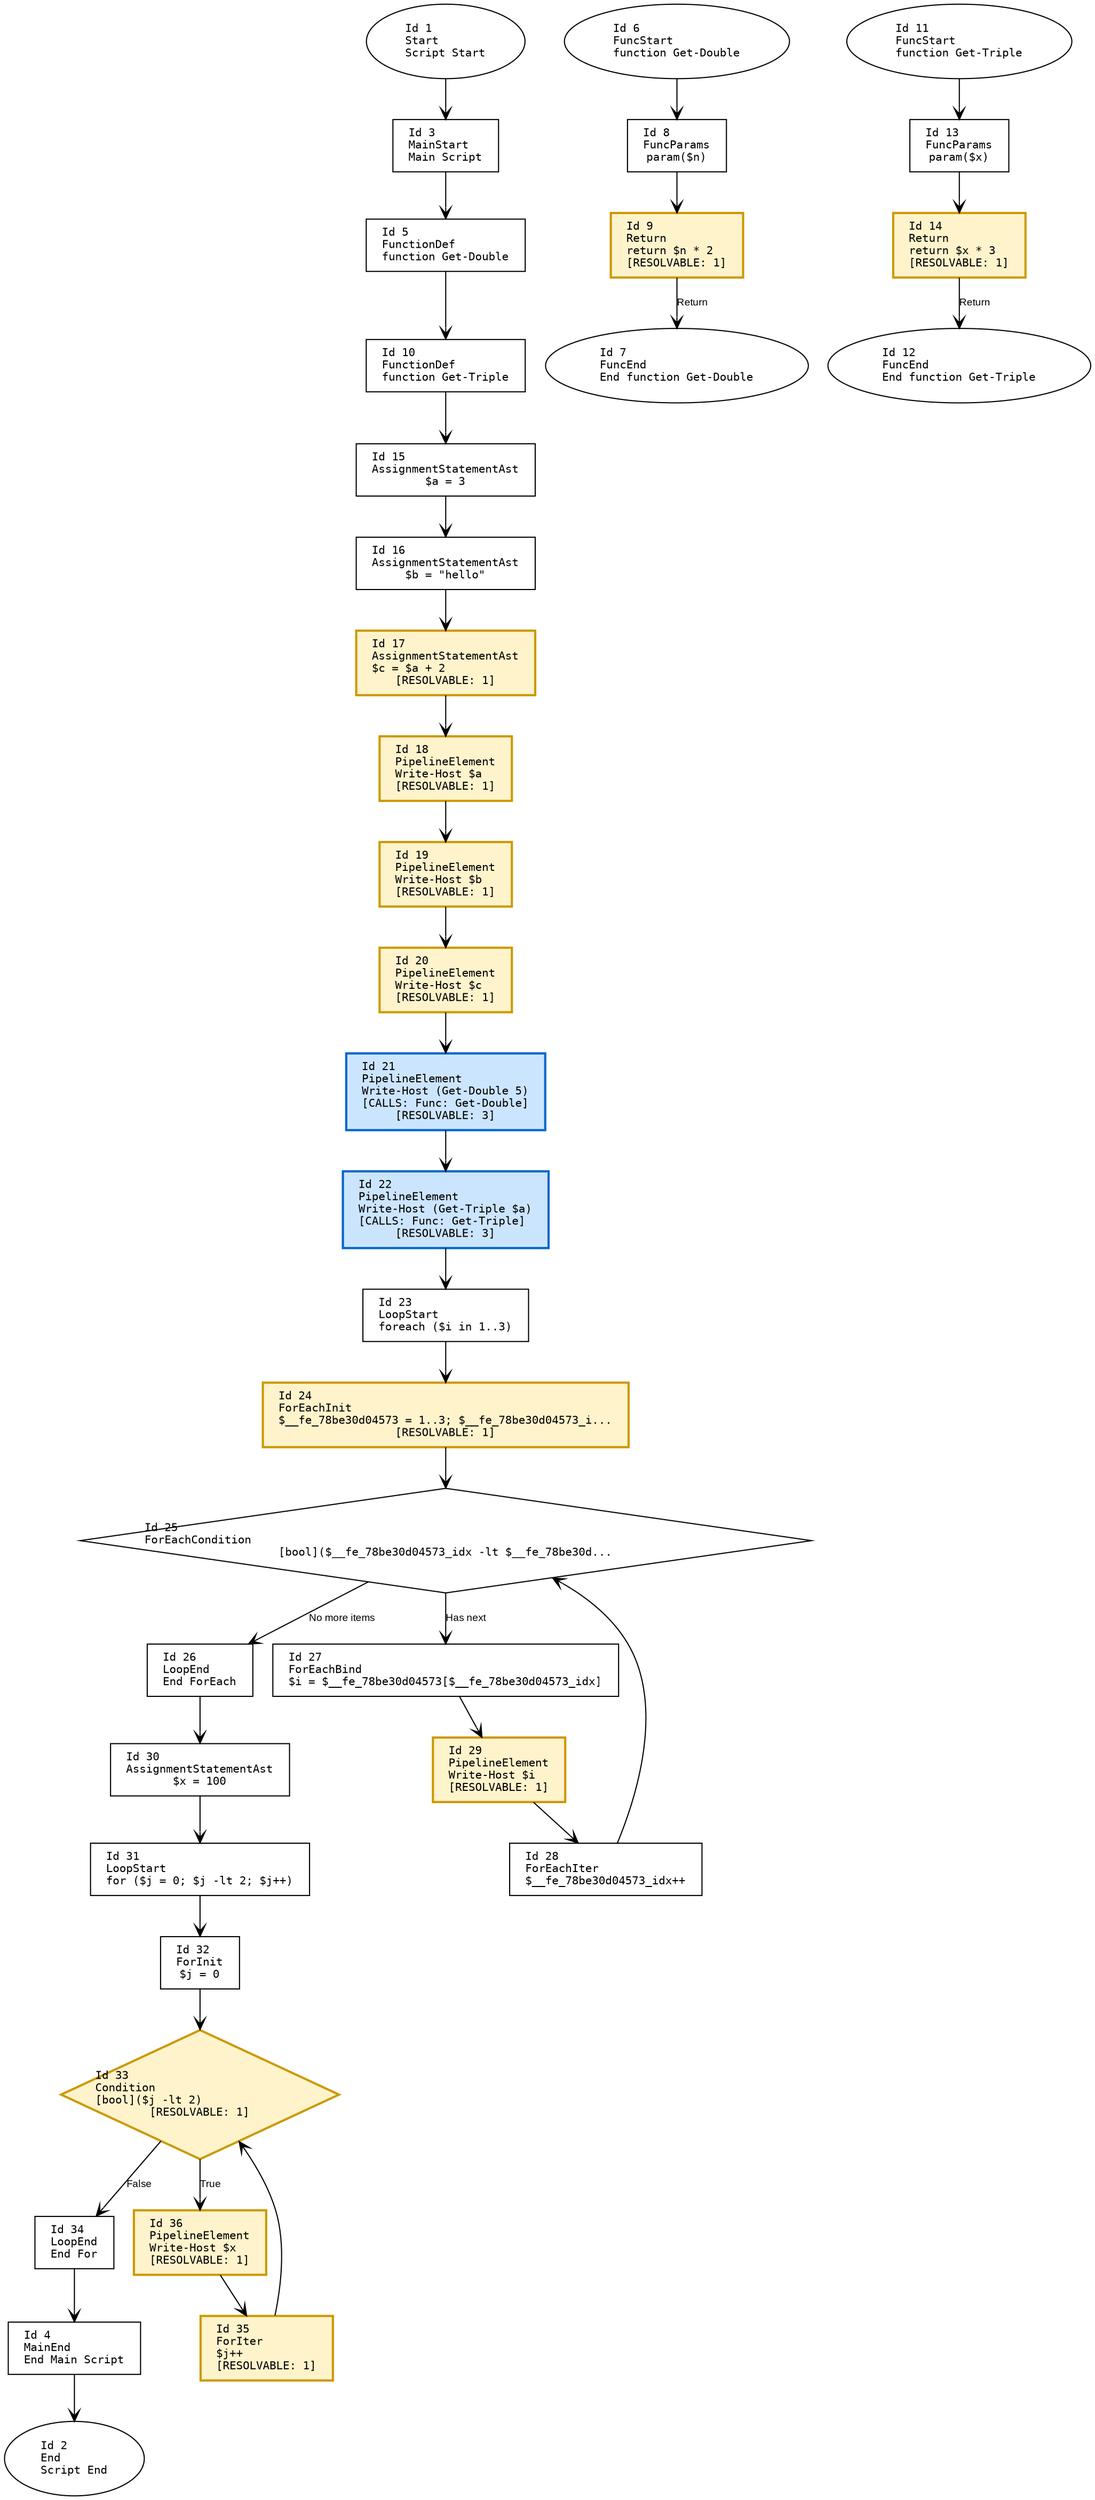
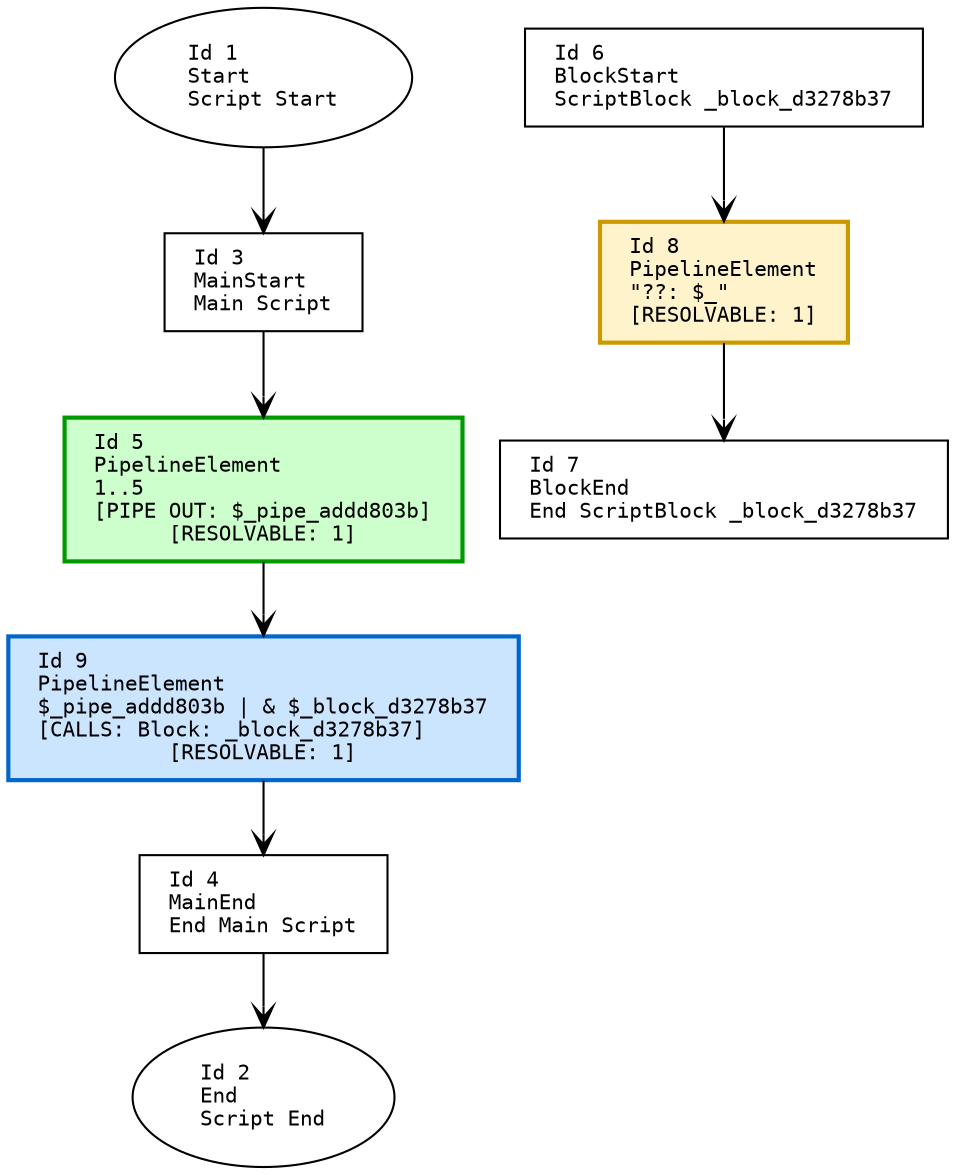
digraph G {
    rankdir=TB;
    node [
        fontname="Consolas"
        shape=box
        width=0
        height=0
        margin="0.2,0.1"
        fontsize=10
    ];
    edge [fontname="Arial", arrowhead=vee, fontsize=9];

    // Nodes
    1 [label="Id 1\lStart\lScript Start", shape=oval];
    2 [label="Id 2\lEnd\lScript End", shape=oval];
    3 [label="Id 3\lMainStart\lMain Script", shape=box];
    4 [label="Id 4\lMainEnd\lEnd Main Script", shape=box];
-     5 [label="Id 5\lFunctionDef\lfunction Get-Double", shape=box];
-     6 [label="Id 6\lFuncStart\lfunction Get-Double", shape=oval];
-     7 [label="Id 7\lFuncEnd\lEnd function Get-Double", shape=oval];
-     8 [label="Id 8\lFuncParams\lparam($n)", shape=box];
-     9 [label="Id 9\lReturn\lreturn $n * 2\l[RESOLVABLE: 1]", shape=box, style=filled, fillcolor="#fff3cc", color="#cc9900", penwidth=2];
-     10 [label="Id 10\lFunctionDef\lfunction Get-Triple", shape=box];
-     11 [label="Id 11\lFuncStart\lfunction Get-Triple", shape=oval];
-     12 [label="Id 12\lFuncEnd\lEnd function Get-Triple", shape=oval];
-     13 [label="Id 13\lFuncParams\lparam($x)", shape=box];
-     14 [label="Id 14\lReturn\lreturn $x * 3\l[RESOLVABLE: 1]", shape=box, style=filled, fillcolor="#fff3cc", color="#cc9900", penwidth=2];
-     15 [label="Id 15\lAssignmentStatementAst\l$a = 3", shape=box];
-     16 [label="Id 16\lAssignmentStatementAst\l$b = \"hello\"", shape=box];
-     17 [label="Id 17\lAssignmentStatementAst\l$c = $a + 2\l[RESOLVABLE: 1]", shape=box, style=filled, fillcolor="#fff3cc", color="#cc9900", penwidth=2];
-     18 [label="Id 18\lPipelineElement\lWrite-Host $a\l[RESOLVABLE: 1]", shape=box, style=filled, fillcolor="#fff3cc", color="#cc9900", penwidth=2];
-     19 [label="Id 19\lPipelineElement\lWrite-Host $b\l[RESOLVABLE: 1]", shape=box, style=filled, fillcolor="#fff3cc", color="#cc9900", penwidth=2];
-     20 [label="Id 20\lPipelineElement\lWrite-Host $c\l[RESOLVABLE: 1]", shape=box, style=filled, fillcolor="#fff3cc", color="#cc9900", penwidth=2];
-     21 [label="Id 21\lPipelineElement\lWrite-Host (Get-Double 5)\l[CALLS: Func: Get-Double]\l[RESOLVABLE: 3]", shape=box, style=filled, fillcolor="#cce5ff", color="#0066cc", penwidth=2];
-     22 [label="Id 22\lPipelineElement\lWrite-Host (Get-Triple $a)\l[CALLS: Func: Get-Triple]\l[RESOLVABLE: 3]", shape=box, style=filled, fillcolor="#cce5ff", color="#0066cc", penwidth=2];
-     23 [label="Id 23\lLoopStart\lforeach ($i in 1..3)", shape=box];
-     24 [label="Id 24\lForEachInit\l$__fe_78be30d04573 = 1..3; $__fe_78be30d04573_i...\l[RESOLVABLE: 1]", shape=box, style=filled, fillcolor="#fff3cc", color="#cc9900", penwidth=2];
-     25 [label="Id 25\lForEachCondition\l[bool]($__fe_78be30d04573_idx -lt $__fe_78be30d...", shape=diamond];
-     26 [label="Id 26\lLoopEnd\lEnd ForEach", shape=box];
-     27 [label="Id 27\lForEachBind\l$i = $__fe_78be30d04573[$__fe_78be30d04573_idx]", shape=box];
-     28 [label="Id 28\lForEachIter\l$__fe_78be30d04573_idx++", shape=box];
-     29 [label="Id 29\lPipelineElement\lWrite-Host $i\l[RESOLVABLE: 1]", shape=box, style=filled, fillcolor="#fff3cc", color="#cc9900", penwidth=2];
-     30 [label="Id 30\lAssignmentStatementAst\l$x = 100", shape=box];
-     31 [label="Id 31\lLoopStart\lfor ($j = 0; $j -lt 2; $j++)", shape=box];
-     32 [label="Id 32\lForInit\l$j = 0", shape=box];
-     33 [label="Id 33\lCondition\l[bool]($j -lt 2)\l[RESOLVABLE: 1]", shape=diamond, style=filled, fillcolor="#fff3cc", color="#cc9900", penwidth=2];
-     34 [label="Id 34\lLoopEnd\lEnd For", shape=box];
-     35 [label="Id 35\lForIter\l$j++\l[RESOLVABLE: 1]", shape=box, style=filled, fillcolor="#fff3cc", color="#cc9900", penwidth=2];
-     36 [label="Id 36\lPipelineElement\lWrite-Host $x\l[RESOLVABLE: 1]", shape=box, style=filled, fillcolor="#fff3cc", color="#cc9900", penwidth=2];
+     5 [label="Id 5\lPipelineElement\l1..5\l[PIPE OUT: $_pipe_addd803b]\l[RESOLVABLE: 1]", shape=box, style=filled, fillcolor="#ccffcc", color="#009900", penwidth=2];
+     6 [label="Id 6\lBlockStart\lScriptBlock _block_d3278b37", shape=box];
+     7 [label="Id 7\lBlockEnd\lEnd ScriptBlock _block_d3278b37", shape=box];
+     8 [label="Id 8\lPipelineElement\l\"??: $_\"\l[RESOLVABLE: 1]", shape=box, style=filled, fillcolor="#fff3cc", color="#cc9900", penwidth=2];
+     9 [label="Id 9\lPipelineElement\l$_pipe_addd803b | & $_block_d3278b37\l[CALLS: Block: _block_d3278b37]\l[RESOLVABLE: 1]", shape=box, style=filled, fillcolor="#cce5ff", color="#0066cc", penwidth=2];

    // Edges
    1 -> 3;
    3 -> 5;
    6 -> 8;
-     8 -> 9;
-     9 -> 7 [label="Return"];
-     5 -> 10;
-     11 -> 13;
-     13 -> 14;
-     14 -> 12 [label="Return"];
-     10 -> 15;
-     15 -> 16;
-     16 -> 17;
-     17 -> 18;
-     18 -> 19;
-     19 -> 20;
-     20 -> 21;
-     21 -> 22;
-     22 -> 23;
-     23 -> 24;
-     24 -> 25;
-     25 -> 26 [label="No more items"];
-     25 -> 27 [label="Has next"];
-     28 -> 25;
-     27 -> 29;
-     29 -> 28;
-     26 -> 30;
-     30 -> 31;
-     31 -> 32;
-     32 -> 33;
-     33 -> 36 [label="True"];
-     36 -> 35;
-     35 -> 33;
-     33 -> 34 [label="False"];
-     34 -> 4;
+     8 -> 7;
+     5 -> 9;
+     9 -> 4;
    4 -> 2;
}